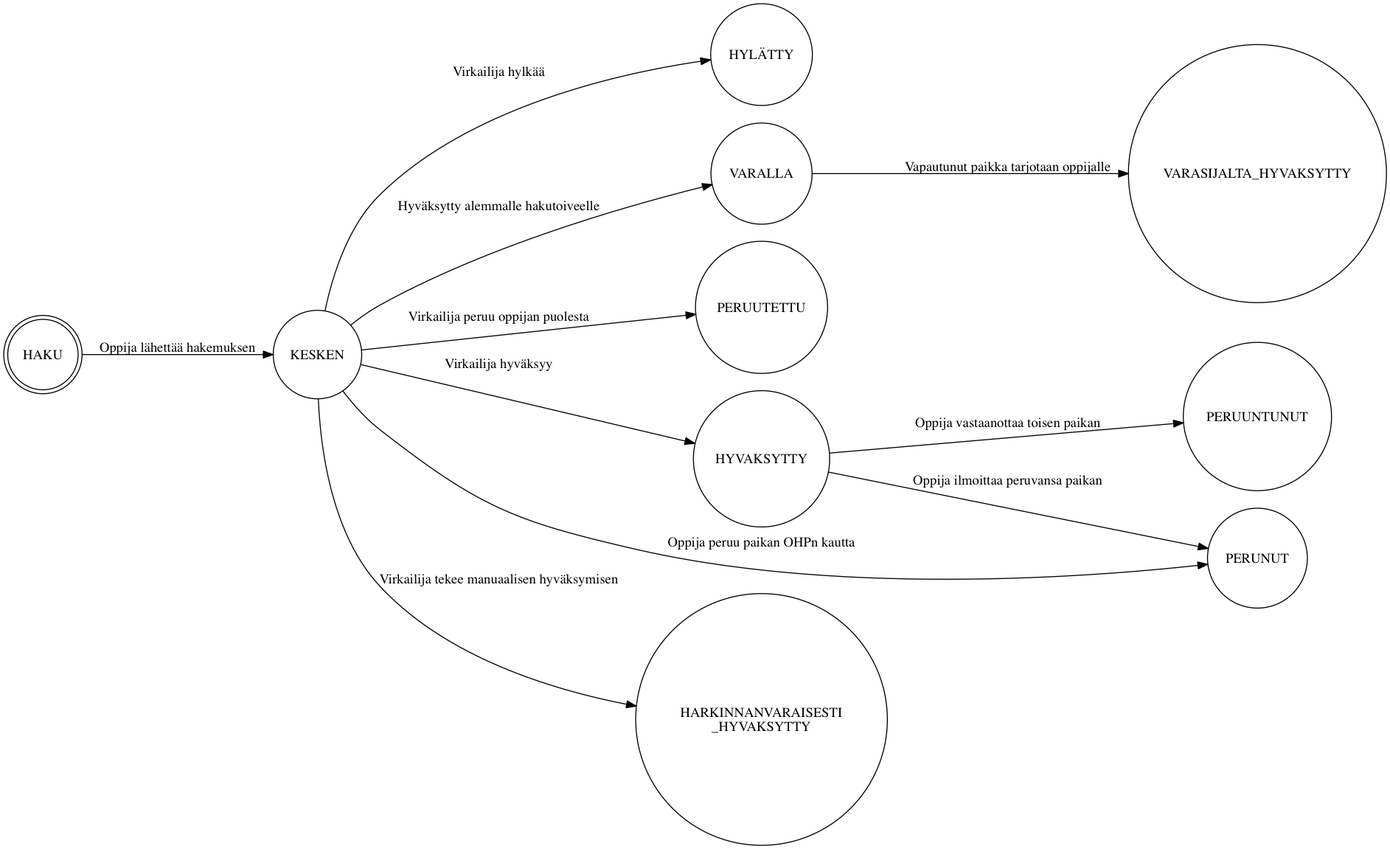
Before: img/erillishaku_valintatila.png, a diagram exported from Graphviz (Opetushallitus/dokumentaatio). Its source is kept beside it as dot/erillishaku_valintatila.dot.
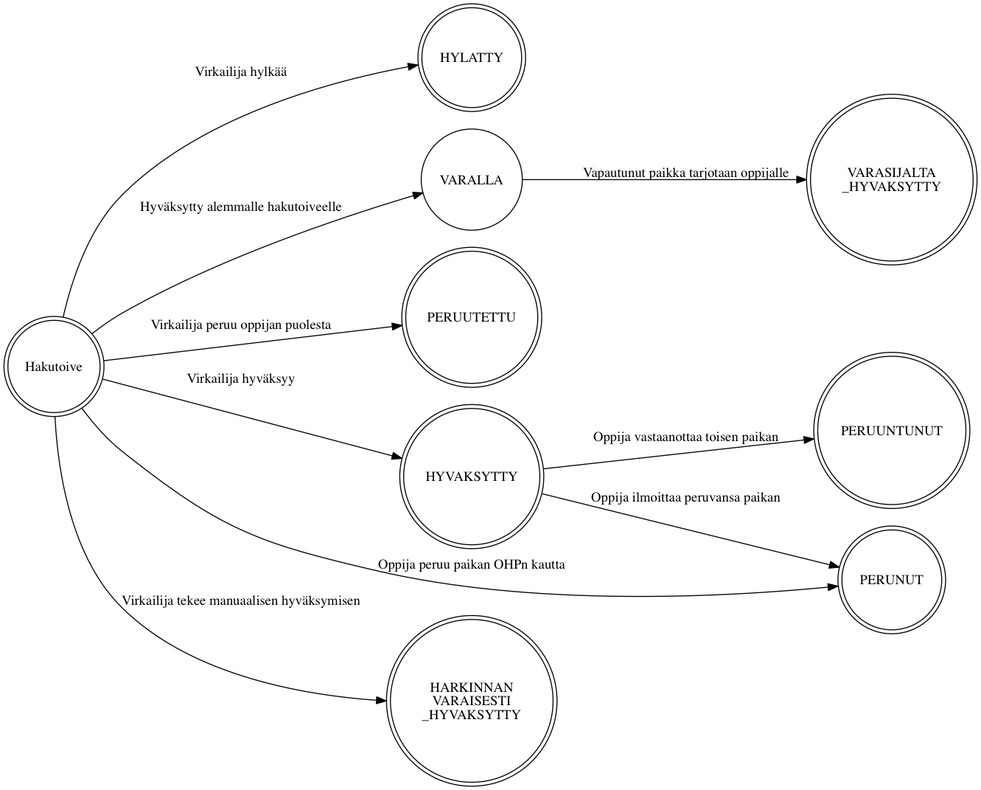
The same diagram one commit later.

Commit message:
Poista KESKEN-tila valintatilan kuvauksesta

Diff of the diagram source:
```diff
@@ -1,25 +1,17 @@
 digraph finite_state_machine {
   rankdir=LR;
-  node [shape = circle];
-  create -> kesken [label="Oppija lähettää hakemuksen"];
-  kesken -> hylatty [label="Virkailija hylkää"];
-  kesken -> hyvaksytty [label="Virkailija hyväksyy"];
-  kesken -> peruutettu [label="Virkailija peruu oppijan puolesta"];
-  kesken -> varalla [label="Hyväksytty alemmalle hakutoiveelle"];
-  varalla -> varasijalta_hyvaksytty [label="Vapautunut paikka tarjotaan oppijalle"];
-  hyvaksytty -> peruuntunut [label="Oppija vastaanottaa toisen paikan"];
-  kesken -> perunut [label="Oppija peruu paikan OHPn kautta"];
-  hyvaksytty -> perunut [label="Oppija ilmoittaa peruvansa paikan"];
-  kesken -> harkinnanvaraisesti_hyvaksytty [label="Virkailija tekee manuaalisen hyväksymisen"]
+  node [shape=doublecircle];
+  Hakutoive -> HYLATTY [label="Virkailija hylkää"];
+  Hakutoive -> HYVAKSYTTY [label="Virkailija hyväksyy"];
+  Hakutoive -> PERUUTETTU [label="Virkailija peruu oppijan puolesta"];
+  Hakutoive -> VARALLA [label="Hyväksytty alemmalle hakutoiveelle"];
+  VARALLA -> VARASIJALTA_HYVAKSYTTY [label="Vapautunut paikka tarjotaan oppijalle"];
+  HYVAKSYTTY -> PERUUNTUNUT [label="Oppija vastaanottaa toisen paikan"];
+  Hakutoive -> PERUNUT [label="Oppija peruu paikan OHP:n kautta"];
+  HYVAKSYTTY -> PERUNUT [label="Oppija ilmoittaa peruvansa paikan"];
+  Hakutoive -> HARKINNANVARAISESTI_HYVAKSYTTY [label="Virkailija pakottaa hyväksymisen"];
 
-  harkinnanvaraisesti_hyvaksytty [label="HARKINNANVARAISESTI\n_HYVAKSYTTY"]
-  varasijalta_hyvaksytty [label="VARASIJALTA_HYVAKSYTTY"]
-  hylatty [label="HYLÄTTY"];
-  hyvaksytty [label="HYVAKSYTTY"];
-  kesken [label="KESKEN"];
-  peruuntunut [label="PERUUNTUNUT"];
-  peruutettu [label="PERUUTETTU"];
-  perunut [label="PERUNUT"];
-  varalla [label="VARALLA"];
-  create [label="HAKU" shape=doublecircle];
+  HARKINNANVARAISESTI_HYVAKSYTTY [label="HARKINNAN\nVARAISESTI\n_HYVAKSYTTY"];
+  VARASIJALTA_HYVAKSYTTY [label="VARASIJALTA\n_HYVAKSYTTY"];
+  VARALLA[shape=circle];
 }
```
